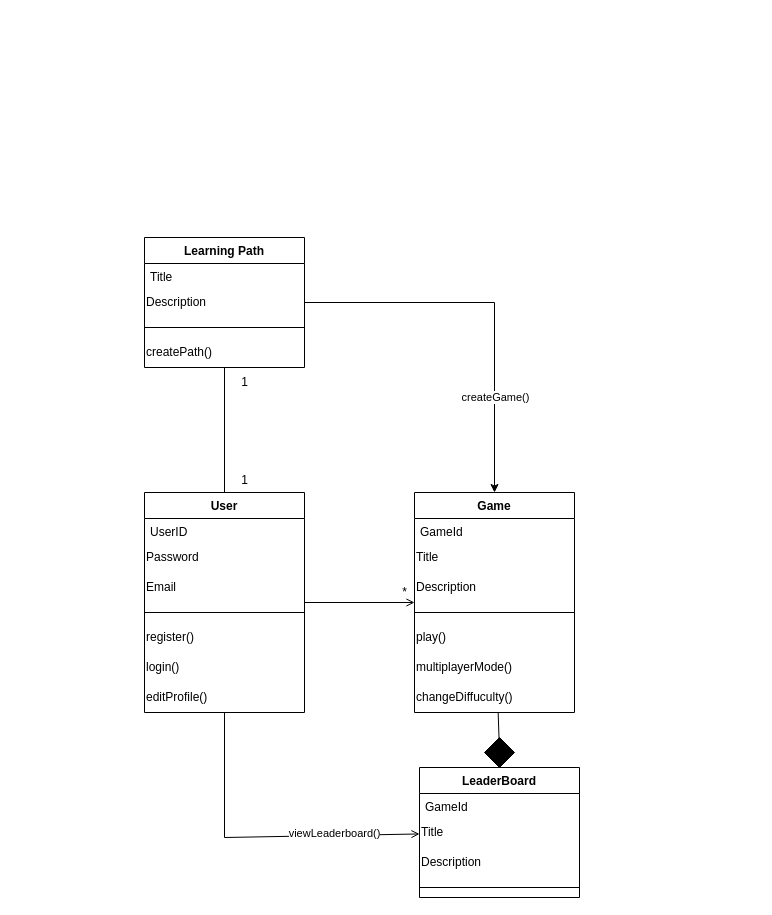
This is System Design.drawio from sirfan123/1530, a draw.io file, before an edit. Source tidied: cells renumbered, new cells numbered last; positions are measured from the earlier drawing's top-left corner, leaving out a move shared by most shapes. Both pictures are drawn from the tidied source at 100%, with x=0, y=0 at pixel (144, 237).
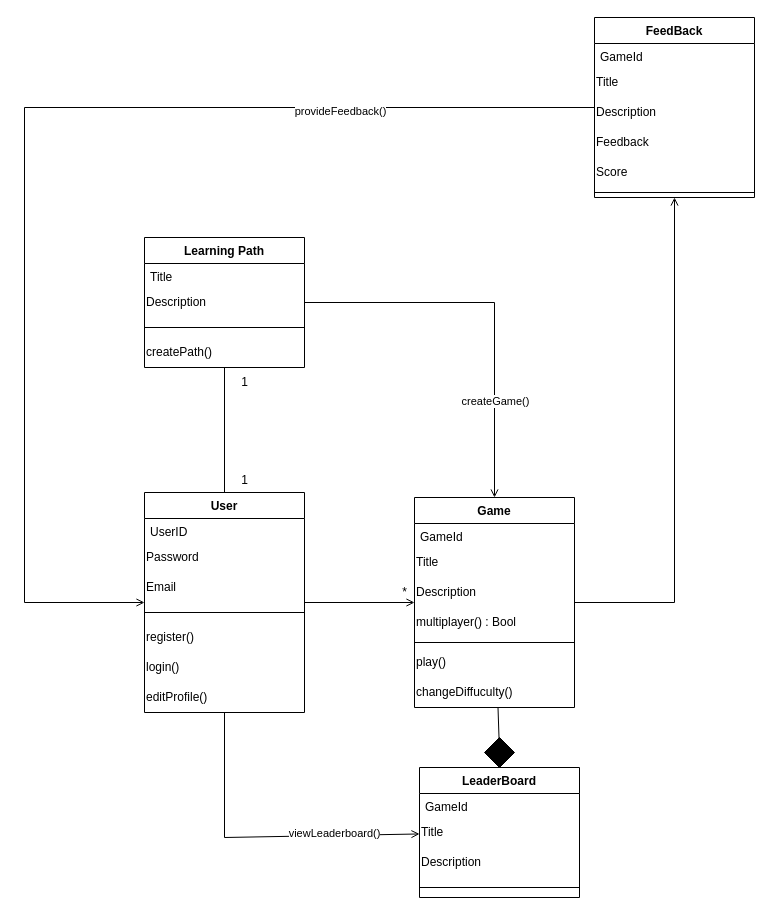
Above is the later version.

Unchanged cells that the change refers to:
```xml
<mxCell id="2" value="User" style="swimlane;fontStyle=1;align=center;verticalAlign=top;horizontal=1;startSize=26;whiteSpace=wrap;html=1;" parent="1" vertex="1">
  <mxGeometry y="255" width="160" height="220" as="geometry" />
</mxCell>
<mxCell id="30" value="Learning Path" style="swimlane;fontStyle=1;align=center;verticalAlign=top;horizontal=1;startSize=26;whiteSpace=wrap;html=1;" parent="1" vertex="1">
  <mxGeometry width="160" height="130" as="geometry" />
</mxCell>
```

Change to the diagram source:
```diff
@@
     <mxCell id="10" value="Game" style="swimlane;fontStyle=1;align=center;verticalAlign=top;horizontal=1;startSize=26;whiteSpace=wrap;html=1;" parent="1" vertex="1">
-      <mxGeometry x="270" y="255" width="160" height="220" as="geometry" />
+      <mxGeometry x="270" y="260" width="160" height="210" as="geometry" />
     </mxCell>
@@
+    <mxCell id="40" value="multiplayer() : Bool" style="text;html=1;align=left;verticalAlign=middle;strokeColor=none;fillColor=none;" parent="10" vertex="1">
+      <mxGeometry y="110" width="160" height="30" as="geometry" />
+    </mxCell>
     <mxCell id="14" style="line;strokeWidth=1;fillColor=none;align=left;verticalAlign=middle;spacingTop=-1;spacingLeft=3;spacingRight=3;labelPosition=right;strokeColor=inherit;" parent="10" vertex="1">
-      <mxGeometry y="110" width="160" height="20" as="geometry" />
+      <mxGeometry y="140" width="160" height="10" as="geometry" />
     </mxCell>
     <mxCell id="15" value="play()" style="text;html=1;align=left;verticalAlign=middle;strokeColor=none;fillColor=none;" parent="10" vertex="1">
-      <mxGeometry y="130" width="160" height="30" as="geometry" />
+      <mxGeometry y="150" width="160" height="30" as="geometry" />
     </mxCell>
-    <mxCell id="16" value="multiplayerMode()" style="text;html=1;align=left;verticalAlign=middle;strokeColor=none;fillColor=none;" parent="10" vertex="1">
-      <mxGeometry y="160" width="160" height="30" as="geometry" />
-    </mxCell>
     <mxCell id="17" value="changeDiffuculty()" style="text;html=1;align=left;verticalAlign=middle;strokeColor=none;fillColor=none;" parent="10" vertex="1">
-      <mxGeometry y="190" width="160" height="30" as="geometry" />
+      <mxGeometry y="180" width="160" height="30" as="geometry" />
     </mxCell>
@@
-    <mxCell id="38" style="endArrow=classic;html=1;rounded=0;" parent="1" edge="1" source="30" target="10">
+    <mxCell id="38" style="endArrow=open;html=1;rounded=0;endFill=0;" parent="1" edge="1" source="30" target="10">
       <mxGeometry relative="1" as="geometry">
         <Array as="points">
           <mxPoint x="350" y="65" />
         </Array>
       </mxGeometry>
     </mxCell>
@@
+    <mxCell id="41" value="FeedBack" style="swimlane;fontStyle=1;align=center;verticalAlign=top;horizontal=1;startSize=26;whiteSpace=wrap;html=1;" parent="1" vertex="1">
+      <mxGeometry x="450" y="-220" width="160" height="180" as="geometry" />
+    </mxCell>
+    <mxCell id="42" value="GameId" style="text;strokeColor=none;fillColor=none;align=left;verticalAlign=top;spacingLeft=4;spacingRight=4;overflow=hidden;whiteSpace=wrap;html=1;" parent="41" vertex="1">
+      <mxGeometry y="26" width="160" height="24" as="geometry" />
+    </mxCell>
+    <mxCell id="43" value="Title" style="text;html=1;align=left;verticalAlign=middle;strokeColor=none;fillColor=none;" parent="41" vertex="1">
+      <mxGeometry y="50" width="160" height="30" as="geometry" />
+    </mxCell>
+    <mxCell id="44" value="Description" style="text;html=1;align=left;verticalAlign=middle;strokeColor=none;fillColor=none;" parent="41" vertex="1">
+      <mxGeometry y="80" width="160" height="30" as="geometry" />
+    </mxCell>
+    <mxCell id="45" value="Feedback" style="text;html=1;align=left;verticalAlign=middle;strokeColor=none;fillColor=none;" parent="41" vertex="1">
+      <mxGeometry y="110" width="160" height="30" as="geometry" />
+    </mxCell>
+    <mxCell id="46" value="Score" style="text;html=1;align=left;verticalAlign=middle;strokeColor=none;fillColor=none;" parent="41" vertex="1">
+      <mxGeometry y="140" width="160" height="30" as="geometry" />
+    </mxCell>
+    <mxCell id="47" style="line;strokeWidth=1;fillColor=none;align=left;verticalAlign=middle;spacingTop=-1;spacingLeft=3;spacingRight=3;labelPosition=right;strokeColor=inherit;" parent="41" vertex="1">
+      <mxGeometry y="170" width="160" height="10" as="geometry" />
+    </mxCell>
+    <mxCell id="48" style="endArrow=open;html=1;rounded=0;endFill=0;" parent="1" edge="1" source="10" target="41">
+      <mxGeometry relative="1" as="geometry">
+        <Array as="points">
+          <mxPoint x="530" y="365" />
+        </Array>
+      </mxGeometry>
+    </mxCell>
+    <mxCell id="49" style="endArrow=open;html=1;rounded=0;endFill=0;" parent="1" edge="1" source="41" target="2">
+      <mxGeometry relative="1" as="geometry">
+        <Array as="points">
+          <mxPoint x="-120" y="-130" />
+          <mxPoint x="-120" y="365" />
+        </Array>
+      </mxGeometry>
+    </mxCell>
+    <mxCell id="50" value="provideFeedback()" style="edgeLabel;html=1;align=center;verticalAlign=middle;" parent="49" vertex="1">
+      <mxGeometry x="-0.57" y="3" relative="1" as="geometry" />
+    </mxCell>
```
